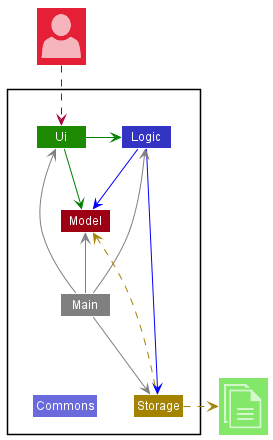
Before: docs/images/ArchitectureDiagram.png, a diagram exported from PlantUML (sharmainec/tp).
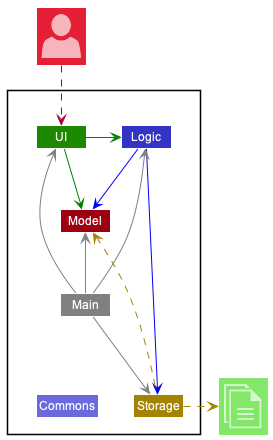
The same file after the commit.

Commit message:
Update UI in architecture diagram and fix bugs in DG

Diff of the diagram source:
```diff
@@ -5,7 +5,7 @@
 !include style.puml
 
 Package " "<<Rectangle>>{
-    Class Ui UI_COLOR
+    Class UI UI_COLOR
     Class Logic LOGIC_COLOR
     Class Storage STORAGE_COLOR
     Class Model MODEL_COLOR
@@ -17,11 +17,11 @@
 Class "<$documents>" as File UI_COLOR_T1
 
 
-Ui -[#green]> Logic
-Ui -right[#green]-> Model
+UI -[#green]> Logic
+UI -right[#green]-> Model
 Logic -[#blue]-> Storage
 Logic -down[#blue]-> Model
-Main -[#grey]-> Ui
+Main -[#grey]-> UI
 Main -[#grey]-> Logic
 Main -[#grey]-> Storage
 Main -up[#grey]-> Model
@@ -29,5 +29,5 @@
 
 Storage -up[STORAGE_COLOR].> Model
 Storage .right[STORAGE_COLOR].>File
-User ..> Ui
+User ..> UI
 @enduml
```
